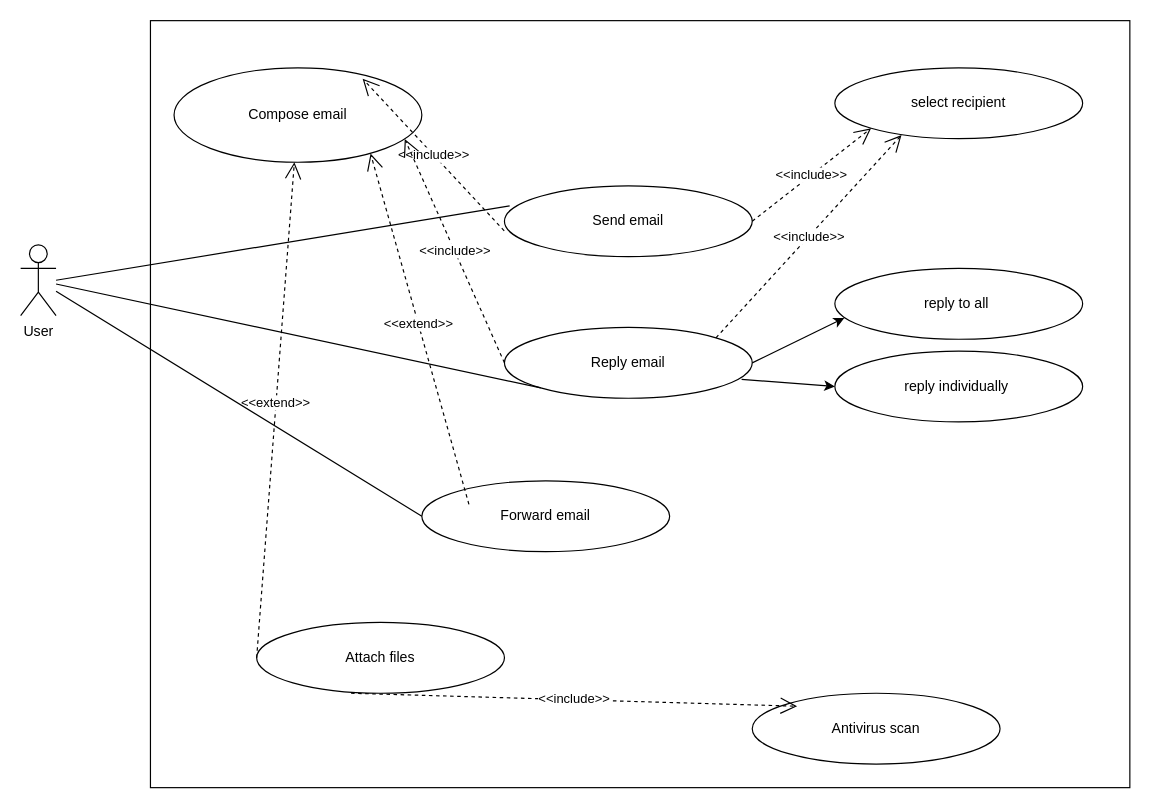
Above: TP3/ex2.drawio in YoussefGUERAI/TP_SW (draw.io), before the change. Source tidied: cells renumbered, new cells numbered last; positions are measured from the earlier drawing's top-left corner, leaving out a move shared by most shapes. Both pictures are drawn from the tidied source at 118%, with x=0, y=0 at pixel (20, 20).
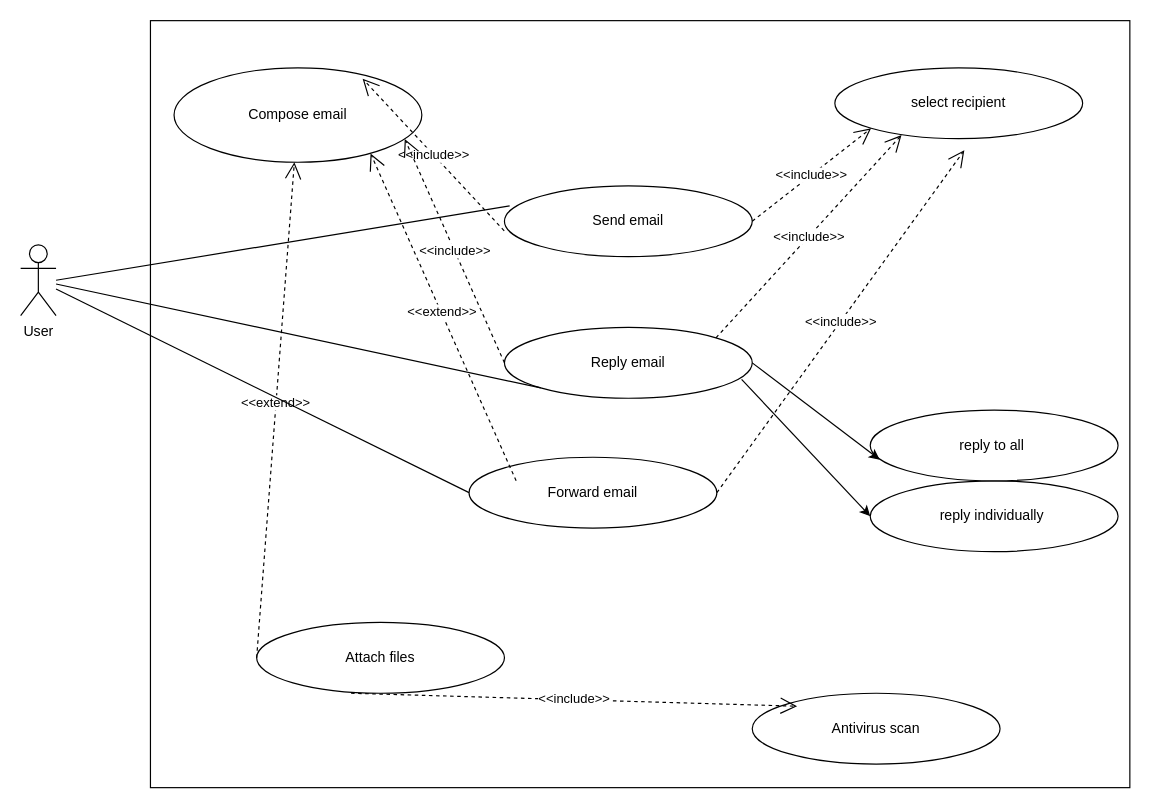
Above is the later version.

The change refers to these unchanged cells:
```xml
<mxCell id="2" style="rounded=0;whiteSpace=wrap;html=1;direction=south;" parent="1" vertex="1">
  <mxGeometry x="110" width="830" height="650" as="geometry" />
</mxCell>
```

Change to the diagram source:
```diff
@@
     <mxCell id="7" value="Forward email" style="ellipse;whiteSpace=wrap;html=1;" parent="1" vertex="1">
-      <mxGeometry x="340" y="390" width="210" height="60" as="geometry" />
+      <mxGeometry x="380" y="370" width="210" height="60" as="geometry" />
     </mxCell>
@@
     <mxCell id="16" value="reply individually&amp;nbsp;" style="ellipse;whiteSpace=wrap;html=1;" parent="1" vertex="1">
-      <mxGeometry x="690" y="280" width="210" height="60" as="geometry" />
+      <mxGeometry x="720" y="390" width="210" height="60" as="geometry" />
     </mxCell>
     <mxCell id="17" value="reply to all&amp;nbsp;" style="ellipse;whiteSpace=wrap;html=1;" parent="1" vertex="1">
-      <mxGeometry x="690" y="210" width="210" height="60" as="geometry" />
+      <mxGeometry x="720" y="330" width="210" height="60" as="geometry" />
     </mxCell>
@@
+    <mxCell id="26" value="&amp;lt;&amp;lt;include&amp;gt;&amp;gt;" style="endArrow=open;endSize=12;dashed=1;html=1;rounded=0;exitX=1;exitY=0.5;exitDx=0;exitDy=0;entryX=0.169;entryY=0.169;entryDx=0;entryDy=0;entryPerimeter=0;" parent="1" edge="1" source="7" target="2">
+      <mxGeometry relative="1" as="geometry" />
+    </mxCell>
```
